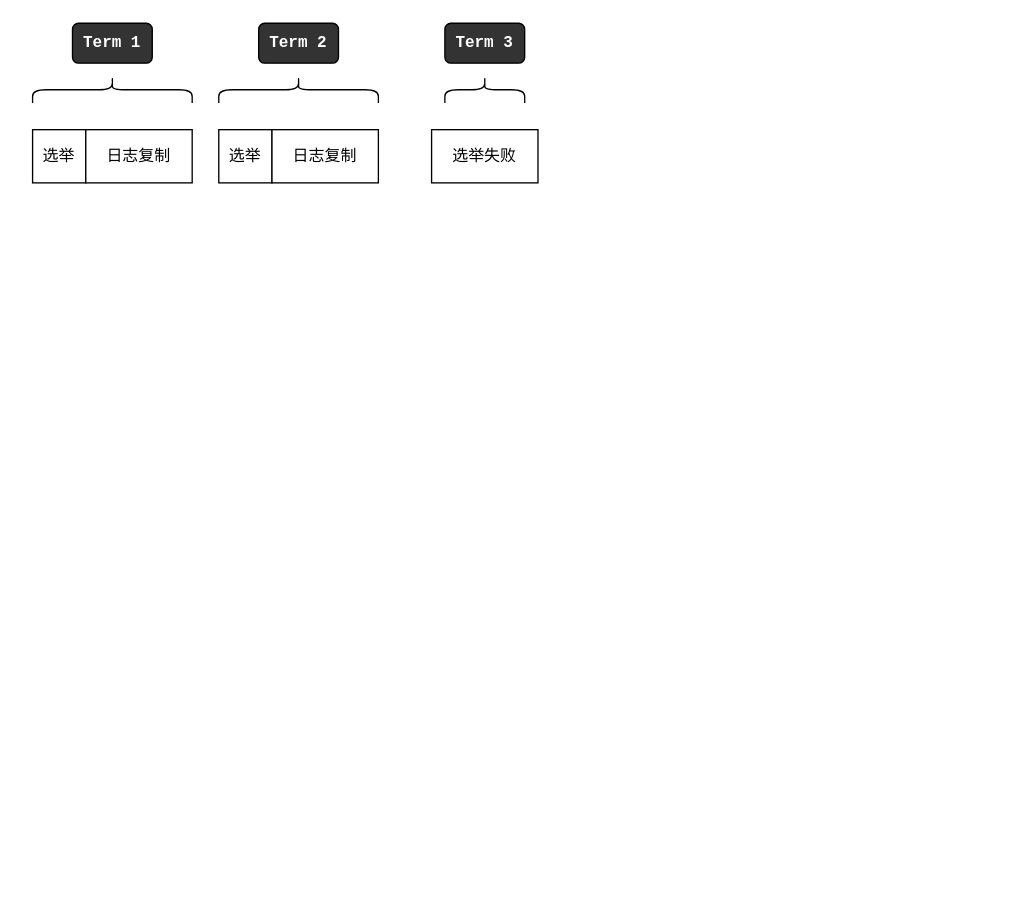
ming3000/draw_io keeps this draw.io diagram as raft.drawio. Above is the earlier version. Source tidied: cells renumbered, new cells numbered last; positions are measured from the earlier drawing's top-left corner, leaving out a move shared by most shapes. Both pictures are drawn from the tidied source at 133%, with x=0, y=0 at pixel (32, 23).
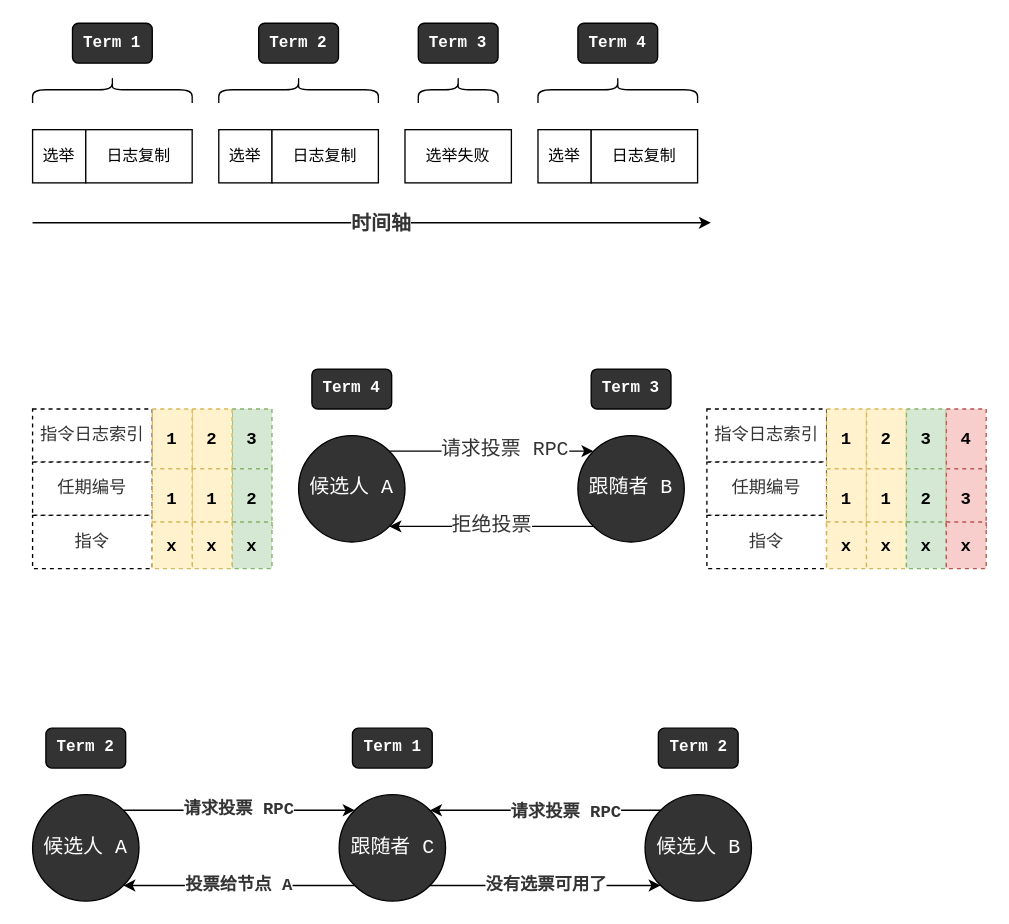
The same diagram, later.

The edit, as a diff of the source:
```diff
@@
     <mxCell id="10" style="shape=curlyBracket;whiteSpace=wrap;html=1;rounded=1;flipH=1;direction=south;" parent="1" vertex="1">
-      <mxGeometry x="310" y="40" width="60" height="20" as="geometry" />
+      <mxGeometry x="290" y="40" width="60" height="20" as="geometry" />
     </mxCell>
     <mxCell id="11" value="Term 3" style="rounded=1;whiteSpace=wrap;html=1;fontFamily=Courier New;fontColor=#FFFFFF;fillColor=#333333;fontStyle=1;" parent="1" vertex="1">
-      <mxGeometry x="310" width="60" height="30" as="geometry" />
+      <mxGeometry x="290" width="60" height="30" as="geometry" />
     </mxCell>
     <mxCell id="12" value="选举失败" style="rounded=0;whiteSpace=wrap;html=1;" parent="1" vertex="1">
-      <mxGeometry x="300" y="80" width="80" height="40" as="geometry" />
+      <mxGeometry x="280" y="80" width="80" height="40" as="geometry" />
     </mxCell>
+    <mxCell id="13" value="选举" style="rounded=0;whiteSpace=wrap;html=1;" parent="1" vertex="1">
+      <mxGeometry x="380" y="80" width="40" height="40" as="geometry" />
+    </mxCell>
+    <mxCell id="14" value="日志复制" style="rounded=0;whiteSpace=wrap;html=1;" parent="1" vertex="1">
+      <mxGeometry x="420" y="80" width="80" height="40" as="geometry" />
+    </mxCell>
+    <mxCell id="15" style="shape=curlyBracket;whiteSpace=wrap;html=1;rounded=1;flipH=1;direction=south;" parent="1" vertex="1">
+      <mxGeometry x="380" y="40" width="120" height="20" as="geometry" />
+    </mxCell>
+    <mxCell id="16" value="Term 4" style="rounded=1;whiteSpace=wrap;html=1;fontFamily=Courier New;fontColor=#FFFFFF;fillColor=#333333;fontStyle=1;" parent="1" vertex="1">
+      <mxGeometry x="410" width="60" height="30" as="geometry" />
+    </mxCell>
+    <mxCell id="17" style="endArrow=classic;html=1;rounded=0;fontFamily=Courier New;fontColor=#FFFFFF;" parent="1" edge="1">
+      <mxGeometry relative="1" as="geometry">
+        <mxPoint y="150" as="sourcePoint" />
+        <mxPoint x="510" y="150" as="targetPoint" />
+        <Array as="points">
+          <mxPoint x="50" y="150" />
+        </Array>
+      </mxGeometry>
+    </mxCell>
+    <mxCell id="18" value="时间轴" style="edgeLabel;html=1;align=center;verticalAlign=middle;fontFamily=Courier New;fontColor=#333333;fontSize=15;fontStyle=1;" parent="17" vertex="1">
+      <mxGeometry x="0.29" y="-1" relative="1" as="geometry">
+        <mxPoint x="-68" as="offset" />
+      </mxGeometry>
+    </mxCell>
+    <mxCell id="19" value="跟随者 B" style="ellipse;whiteSpace=wrap;html=1;fontFamily=Courier New;fontSize=15;fontColor=#FFFFFF;fillColor=#333333;" parent="1" vertex="1">
+      <mxGeometry x="410" y="310" width="80" height="80" as="geometry" />
+    </mxCell>
+    <mxCell id="20" value="候选人 A" style="ellipse;whiteSpace=wrap;html=1;fontFamily=Courier New;fontSize=15;fontColor=#FFFFFF;fillColor=#333333;" parent="1" vertex="1">
+      <mxGeometry x="200" y="310" width="80" height="80" as="geometry" />
+    </mxCell>
+    <mxCell id="21" style="endArrow=classic;html=1;rounded=0;fontFamily=Courier New;fontSize=15;fontColor=#FFFFFF;exitX=1;exitY=0;exitDx=0;exitDy=0;entryX=0;entryY=0;entryDx=0;entryDy=0;" parent="1" edge="1" source="20" target="19">
+      <mxGeometry relative="1" as="geometry" />
+    </mxCell>
+    <mxCell id="22" value="请求投票 RPC" style="edgeLabel;html=1;align=center;verticalAlign=middle;fontSize=15;fontFamily=Courier New;fontColor=#333333;" parent="21" vertex="1">
+      <mxGeometry x="-0.16" y="1" relative="1" as="geometry">
+        <mxPoint x="22" as="offset" />
+      </mxGeometry>
+    </mxCell>
+    <mxCell id="23" value="拒绝投票" style="endArrow=classic;html=1;rounded=0;fontFamily=Courier New;fontSize=15;fontColor=#333333;entryX=1;entryY=1;entryDx=0;entryDy=0;exitX=0;exitY=1;exitDx=0;exitDy=0;" parent="1" edge="1" source="19" target="20">
+      <mxGeometry relative="1" as="geometry" />
+    </mxCell>
+    <mxCell id="24" value="Term 4" style="rounded=1;whiteSpace=wrap;html=1;fontFamily=Courier New;fontColor=#FFFFFF;fillColor=#333333;fontStyle=1;" parent="1" vertex="1">
+      <mxGeometry x="210" y="260" width="60" height="30" as="geometry" />
+    </mxCell>
+    <mxCell id="25" value="Term 3" style="rounded=1;whiteSpace=wrap;html=1;fontFamily=Courier New;fontColor=#FFFFFF;fillColor=#333333;fontStyle=1;" parent="1" vertex="1">
+      <mxGeometry x="420" y="260" width="60" height="30" as="geometry" />
+    </mxCell>
+    <mxCell id="26" value="指令日志索引" style="rounded=0;whiteSpace=wrap;html=1;fontFamily=Courier New;fontSize=13;fontColor=#333333;fillColor=#FFFFFF;dashed=1;" parent="1" vertex="1">
+      <mxGeometry x="507" y="290" width="90" height="40" as="geometry" />
+    </mxCell>
+    <mxCell id="27" value="任期编号" style="rounded=0;whiteSpace=wrap;html=1;fontFamily=Courier New;fontSize=13;fontColor=#333333;fillColor=#FFFFFF;dashed=1;" parent="1" vertex="1">
+      <mxGeometry x="507" y="330" width="90" height="40" as="geometry" />
+    </mxCell>
+    <mxCell id="28" value="指令" style="rounded=0;whiteSpace=wrap;html=1;fontFamily=Courier New;fontSize=13;fontColor=#333333;fillColor=#FFFFFF;dashed=1;" parent="1" vertex="1">
+      <mxGeometry x="507" y="370" width="90" height="40" as="geometry" />
+    </mxCell>
+    <mxCell id="29" value="指令日志索引" style="rounded=0;whiteSpace=wrap;html=1;fontFamily=Courier New;fontSize=13;fontColor=#333333;fillColor=#FFFFFF;dashed=1;" parent="1" vertex="1">
+      <mxGeometry y="290" width="90" height="40" as="geometry" />
+    </mxCell>
+    <mxCell id="30" value="任期编号" style="rounded=0;whiteSpace=wrap;html=1;fontFamily=Courier New;fontSize=13;fontColor=#333333;fillColor=#FFFFFF;dashed=1;" parent="1" vertex="1">
+      <mxGeometry y="330" width="90" height="40" as="geometry" />
+    </mxCell>
+    <mxCell id="31" value="指令" style="rounded=0;whiteSpace=wrap;html=1;fontFamily=Courier New;fontSize=13;fontColor=#333333;fillColor=#FFFFFF;dashed=1;" parent="1" vertex="1">
+      <mxGeometry y="370" width="90" height="40" as="geometry" />
+    </mxCell>
+    <mxCell id="32" value="1" style="rounded=0;whiteSpace=wrap;html=1;fontFamily=Courier New;fontSize=13;fillColor=#fff2cc;dashed=1;strokeColor=#d6b656;fontStyle=1;" parent="1" vertex="1">
+      <mxGeometry x="597" y="290" width="30" height="45" as="geometry" />
+    </mxCell>
+    <mxCell id="33" value="1" style="rounded=0;whiteSpace=wrap;html=1;fontFamily=Courier New;fontSize=13;fillColor=#fff2cc;dashed=1;strokeColor=#d6b656;fontStyle=1;" parent="1" vertex="1">
+      <mxGeometry x="597" y="335" width="30" height="45" as="geometry" />
+    </mxCell>
+    <mxCell id="34" value="x" style="rounded=0;whiteSpace=wrap;html=1;fontFamily=Courier New;fontSize=13;fillColor=#fff2cc;dashed=1;strokeColor=#d6b656;fontStyle=1;" parent="1" vertex="1">
+      <mxGeometry x="597" y="375" width="30" height="35" as="geometry" />
+    </mxCell>
+    <mxCell id="35" value="2" style="rounded=0;whiteSpace=wrap;html=1;fontFamily=Courier New;fontSize=13;fillColor=#fff2cc;dashed=1;strokeColor=#d6b656;fontStyle=1;" parent="1" vertex="1">
+      <mxGeometry x="627" y="290" width="30" height="45" as="geometry" />
+    </mxCell>
+    <mxCell id="36" value="1" style="rounded=0;whiteSpace=wrap;html=1;fontFamily=Courier New;fontSize=13;fillColor=#fff2cc;dashed=1;strokeColor=#d6b656;fontStyle=1;" parent="1" vertex="1">
+      <mxGeometry x="627" y="335" width="30" height="45" as="geometry" />
+    </mxCell>
+    <mxCell id="37" value="x" style="rounded=0;whiteSpace=wrap;html=1;fontFamily=Courier New;fontSize=13;fillColor=#fff2cc;dashed=1;strokeColor=#d6b656;fontStyle=1;" parent="1" vertex="1">
+      <mxGeometry x="627" y="375" width="30" height="35" as="geometry" />
+    </mxCell>
+    <mxCell id="38" value="3" style="rounded=0;whiteSpace=wrap;html=1;fontFamily=Courier New;fontSize=13;fillColor=#d5e8d4;dashed=1;strokeColor=#82b366;fontStyle=1;" parent="1" vertex="1">
+      <mxGeometry x="657" y="290" width="30" height="45" as="geometry" />
+    </mxCell>
+    <mxCell id="39" value="2" style="rounded=0;whiteSpace=wrap;html=1;fontFamily=Courier New;fontSize=13;fillColor=#d5e8d4;dashed=1;strokeColor=#82b366;fontStyle=1;" parent="1" vertex="1">
+      <mxGeometry x="657" y="335" width="30" height="45" as="geometry" />
+    </mxCell>
+    <mxCell id="40" value="x" style="rounded=0;whiteSpace=wrap;html=1;fontFamily=Courier New;fontSize=13;fillColor=#d5e8d4;dashed=1;strokeColor=#82b366;fontStyle=1;" parent="1" vertex="1">
+      <mxGeometry x="657" y="375" width="30" height="35" as="geometry" />
+    </mxCell>
+    <mxCell id="41" value="4" style="rounded=0;whiteSpace=wrap;html=1;fontFamily=Courier New;fontSize=13;fillColor=#f8cecc;dashed=1;strokeColor=#b85450;fontStyle=1;" parent="1" vertex="1">
+      <mxGeometry x="687" y="290" width="30" height="45" as="geometry" />
+    </mxCell>
+    <mxCell id="42" value="3" style="rounded=0;whiteSpace=wrap;html=1;fontFamily=Courier New;fontSize=13;fillColor=#f8cecc;dashed=1;strokeColor=#b85450;fontStyle=1;" parent="1" vertex="1">
+      <mxGeometry x="687" y="335" width="30" height="45" as="geometry" />
+    </mxCell>
+    <mxCell id="43" value="x" style="rounded=0;whiteSpace=wrap;html=1;fontFamily=Courier New;fontSize=13;fillColor=#f8cecc;dashed=1;strokeColor=#b85450;fontStyle=1;" parent="1" vertex="1">
+      <mxGeometry x="687" y="375" width="30" height="35" as="geometry" />
+    </mxCell>
+    <mxCell id="44" value="3" style="rounded=0;whiteSpace=wrap;html=1;fontFamily=Courier New;fontSize=13;fillColor=#d5e8d4;dashed=1;strokeColor=#82b366;fontStyle=1;" parent="1" vertex="1">
+      <mxGeometry x="150" y="290" width="30" height="45" as="geometry" />
+    </mxCell>
+    <mxCell id="45" value="2" style="rounded=0;whiteSpace=wrap;html=1;fontFamily=Courier New;fontSize=13;fillColor=#d5e8d4;dashed=1;strokeColor=#82b366;fontStyle=1;" parent="1" vertex="1">
+      <mxGeometry x="150" y="335" width="30" height="45" as="geometry" />
+    </mxCell>
+    <mxCell id="46" value="x" style="rounded=0;whiteSpace=wrap;html=1;fontFamily=Courier New;fontSize=13;fillColor=#d5e8d4;dashed=1;strokeColor=#82b366;fontStyle=1;" parent="1" vertex="1">
+      <mxGeometry x="150" y="375" width="30" height="35" as="geometry" />
+    </mxCell>
+    <mxCell id="47" value="2" style="rounded=0;whiteSpace=wrap;html=1;fontFamily=Courier New;fontSize=13;fillColor=#fff2cc;dashed=1;strokeColor=#d6b656;fontStyle=1;" parent="1" vertex="1">
+      <mxGeometry x="120" y="290" width="30" height="45" as="geometry" />
+    </mxCell>
+    <mxCell id="48" value="1" style="rounded=0;whiteSpace=wrap;html=1;fontFamily=Courier New;fontSize=13;fillColor=#fff2cc;dashed=1;strokeColor=#d6b656;fontStyle=1;" parent="1" vertex="1">
+      <mxGeometry x="120" y="335" width="30" height="45" as="geometry" />
+    </mxCell>
+    <mxCell id="49" value="x" style="rounded=0;whiteSpace=wrap;html=1;fontFamily=Courier New;fontSize=13;fillColor=#fff2cc;dashed=1;strokeColor=#d6b656;fontStyle=1;" parent="1" vertex="1">
+      <mxGeometry x="120" y="375" width="30" height="35" as="geometry" />
+    </mxCell>
+    <mxCell id="50" value="1" style="rounded=0;whiteSpace=wrap;html=1;fontFamily=Courier New;fontSize=13;fillColor=#fff2cc;dashed=1;strokeColor=#d6b656;fontStyle=1;" parent="1" vertex="1">
+      <mxGeometry x="90" y="290" width="30" height="45" as="geometry" />
+    </mxCell>
+    <mxCell id="51" value="1" style="rounded=0;whiteSpace=wrap;html=1;fontFamily=Courier New;fontSize=13;fillColor=#fff2cc;dashed=1;strokeColor=#d6b656;fontStyle=1;" parent="1" vertex="1">
+      <mxGeometry x="90" y="335" width="30" height="45" as="geometry" />
+    </mxCell>
+    <mxCell id="52" value="x" style="rounded=0;whiteSpace=wrap;html=1;fontFamily=Courier New;fontSize=13;fillColor=#fff2cc;dashed=1;strokeColor=#d6b656;fontStyle=1;" parent="1" vertex="1">
+      <mxGeometry x="90" y="375" width="30" height="35" as="geometry" />
+    </mxCell>
+    <mxCell id="53" value="候选人 A" style="ellipse;whiteSpace=wrap;html=1;fontFamily=Courier New;fontSize=15;fontColor=#FFFFFF;fillColor=#333333;" parent="1" vertex="1">
+      <mxGeometry y="580" width="80" height="80" as="geometry" />
+    </mxCell>
+    <mxCell id="54" value="Term 2" style="rounded=1;whiteSpace=wrap;html=1;fontFamily=Courier New;fontColor=#FFFFFF;fillColor=#333333;fontStyle=1;" parent="1" vertex="1">
+      <mxGeometry x="10" y="530" width="60" height="30" as="geometry" />
+    </mxCell>
+    <mxCell id="55" value="候选人 B" style="ellipse;whiteSpace=wrap;html=1;fontFamily=Courier New;fontSize=15;fontColor=#FFFFFF;fillColor=#333333;" parent="1" vertex="1">
+      <mxGeometry x="460.5" y="580" width="80" height="80" as="geometry" />
+    </mxCell>
+    <mxCell id="56" value="Term 2" style="rounded=1;whiteSpace=wrap;html=1;fontFamily=Courier New;fontColor=#FFFFFF;fillColor=#333333;fontStyle=1;" parent="1" vertex="1">
+      <mxGeometry x="470.5" y="530" width="60" height="30" as="geometry" />
+    </mxCell>
+    <mxCell id="57" value="跟随者 C" style="ellipse;whiteSpace=wrap;html=1;fontFamily=Courier New;fontSize=15;fontColor=#FFFFFF;fillColor=#333333;" parent="1" vertex="1">
+      <mxGeometry x="230.5" y="580" width="80" height="80" as="geometry" />
+    </mxCell>
+    <mxCell id="58" value="Term 1" style="rounded=1;whiteSpace=wrap;html=1;fontFamily=Courier New;fontColor=#FFFFFF;fillColor=#333333;fontStyle=1;" parent="1" vertex="1">
+      <mxGeometry x="240.5" y="530" width="60" height="30" as="geometry" />
+    </mxCell>
+    <mxCell id="59" style="endArrow=classic;html=1;rounded=0;fontFamily=Courier New;fontSize=13;fontColor=#333333;exitX=1;exitY=0;exitDx=0;exitDy=0;entryX=0;entryY=0;entryDx=0;entryDy=0;" parent="1" edge="1" source="53" target="57">
+      <mxGeometry relative="1" as="geometry" />
+    </mxCell>
+    <mxCell id="60" value="请求投票 RPC" style="edgeLabel;html=1;align=center;verticalAlign=middle;fontSize=13;fontFamily=Courier New;fontColor=#333333;fontStyle=1;" parent="59" vertex="1">
+      <mxGeometry x="-0.27" y="1" relative="1" as="geometry">
+        <mxPoint x="23" as="offset" />
+      </mxGeometry>
+    </mxCell>
+    <mxCell id="61" value="投票给节点 A" style="endArrow=classic;html=1;rounded=0;fontFamily=Courier New;fontSize=13;fontColor=#333333;exitX=0;exitY=1;exitDx=0;exitDy=0;entryX=1;entryY=1;entryDx=0;entryDy=0;fontStyle=1;" parent="1" edge="1" source="57" target="53">
+      <mxGeometry relative="1" as="geometry" />
+    </mxCell>
+    <mxCell id="62" style="endArrow=classic;html=1;rounded=0;fontFamily=Courier New;fontSize=13;fontColor=#333333;exitX=0;exitY=0;exitDx=0;exitDy=0;entryX=1;entryY=0;entryDx=0;entryDy=0;" parent="1" edge="1" source="55" target="57">
+      <mxGeometry relative="1" as="geometry" />
+    </mxCell>
+    <mxCell id="63" value="请求投票 RPC" style="edgeLabel;html=1;align=center;verticalAlign=middle;fontSize=13;fontFamily=Courier New;fontColor=#333333;fontStyle=1;" parent="62" vertex="1">
+      <mxGeometry x="-0.27" y="1" relative="1" as="geometry">
+        <mxPoint x="-9" as="offset" />
+      </mxGeometry>
+    </mxCell>
+    <mxCell id="64" value="没有选票可用了" style="endArrow=classic;html=1;rounded=0;fontFamily=Courier New;fontSize=13;fontColor=#333333;exitX=1;exitY=1;exitDx=0;exitDy=0;fontStyle=1;entryX=0;entryY=1;entryDx=0;entryDy=0;" parent="1" edge="1" source="57" target="55">
+      <mxGeometry relative="1" as="geometry" />
+    </mxCell>
```
